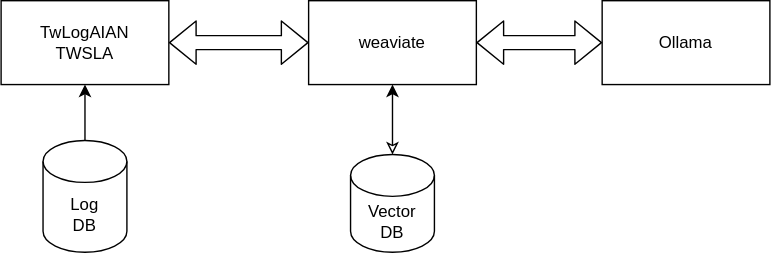
Above: docs/images/ai.drawio.svg in twsnmp/TWLogAIAN (draw.io), before the change. Source tidied: cells renumbered, new cells last; positions are measured from the earlier drawing's top-left corner, leaving out a move shared by most shapes. Source of this version:
```xml
<mxGraphModel>
  <root>
    <mxCell id="0" />
    <mxCell id="1" parent="0" />
    <mxCell id="2" style="edgeStyle=none;html=1;entryX=0;entryY=0.5;entryDx=0;entryDy=0;startArrow=classicThin;startFill=1;shape=flexArrow;" parent="1" edge="1" source="3" target="6">
      <mxGeometry relative="1" as="geometry" />
    </mxCell>
    <mxCell id="3" value="TwLogAIAN&lt;br&gt;TWSLA" style="rounded=0;whiteSpace=wrap;html=1;" parent="1" vertex="1">
      <mxGeometry width="120" height="60" as="geometry" />
    </mxCell>
    <mxCell id="4" value="Ollama" style="rounded=0;whiteSpace=wrap;html=1;" parent="1" vertex="1">
      <mxGeometry x="430" width="120" height="60" as="geometry" />
    </mxCell>
    <mxCell id="5" style="edgeStyle=none;html=1;entryX=0;entryY=0.5;entryDx=0;entryDy=0;shape=flexArrow;startArrow=block;" parent="1" edge="1" source="6" target="4">
      <mxGeometry relative="1" as="geometry" />
    </mxCell>
    <mxCell id="6" value="weaviate" style="rounded=0;whiteSpace=wrap;html=1;" parent="1" vertex="1">
      <mxGeometry x="220" width="120" height="60" as="geometry" />
    </mxCell>
    <mxCell id="7" style="edgeStyle=none;html=1;startArrow=classic;startFill=0;" parent="1" edge="1" source="8" target="6">
      <mxGeometry relative="1" as="geometry" />
    </mxCell>
    <mxCell id="8" value="Vector&lt;div&gt;DB&lt;/div&gt;" style="shape=cylinder3;whiteSpace=wrap;html=1;boundedLbl=1;backgroundOutline=1;size=15;" parent="1" vertex="1">
      <mxGeometry x="250" y="110" width="60" height="70" as="geometry" />
    </mxCell>
    <mxCell id="9" style="edgeStyle=none;html=1;" parent="1" edge="1" source="10" target="3">
      <mxGeometry relative="1" as="geometry" />
    </mxCell>
    <mxCell id="10" value="Log&lt;div&gt;DB&lt;/div&gt;" style="shape=cylinder3;whiteSpace=wrap;html=1;boundedLbl=1;backgroundOutline=1;size=15;" parent="1" vertex="1">
      <mxGeometry x="30" y="100" width="60" height="80" as="geometry" />
    </mxCell>
  </root>
</mxGraphModel>
```
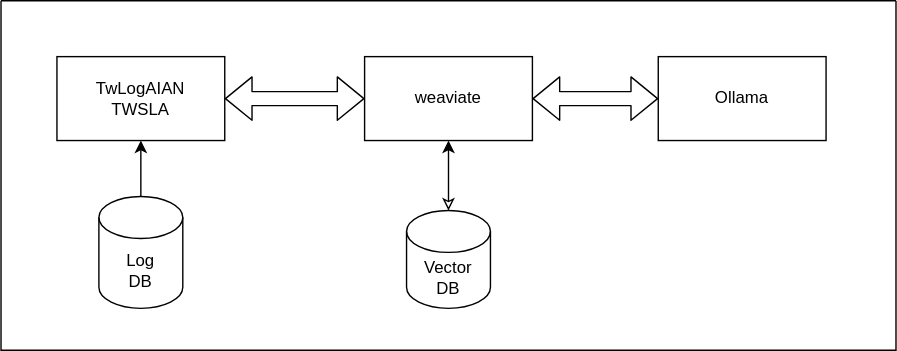
The same diagram one commit later.

What changed in the source:
```diff
@@ -1,4 +1,4 @@
-<mxGraphModel>
+<mxGraphModel background="#FFFFFF">
   <root>
     <mxCell id="0" />
     <mxCell id="1" parent="0" />
@@ -29,5 +29,8 @@
     <mxCell id="10" value="Log&lt;div&gt;DB&lt;/div&gt;" style="shape=cylinder3;whiteSpace=wrap;html=1;boundedLbl=1;backgroundOutline=1;size=15;" parent="1" vertex="1">
       <mxGeometry x="30" y="100" width="60" height="80" as="geometry" />
     </mxCell>
+    <mxCell id="11" style="swimlane;startSize=0;" parent="1" vertex="1">
+      <mxGeometry x="-40" y="-40" width="640" height="250" as="geometry" />
+    </mxCell>
   </root>
 </mxGraphModel>
```
